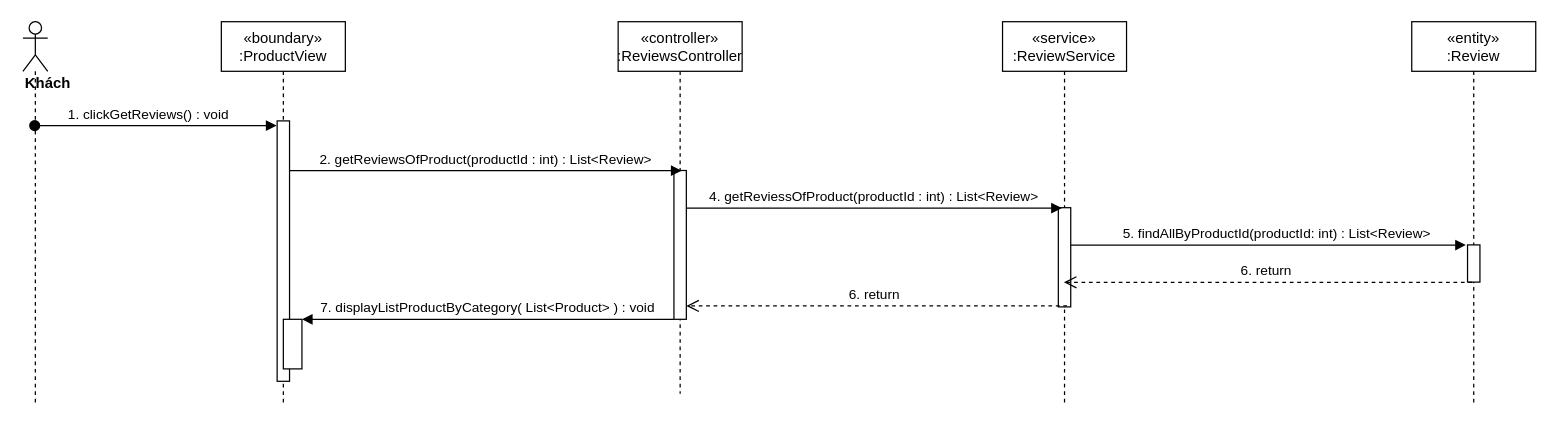
This is sequence diagram/getReviews-sequence.drawio from nguyenphamvan/datn_20202, a draw.io file, before an edit. Source tidied: cells renumbered, new cells numbered last; positions are measured from the earlier drawing's top-left corner, leaving out a move shared by most shapes. Both pictures are drawn from the tidied source at 124%, with x=0, y=0 at pixel (22, 21).
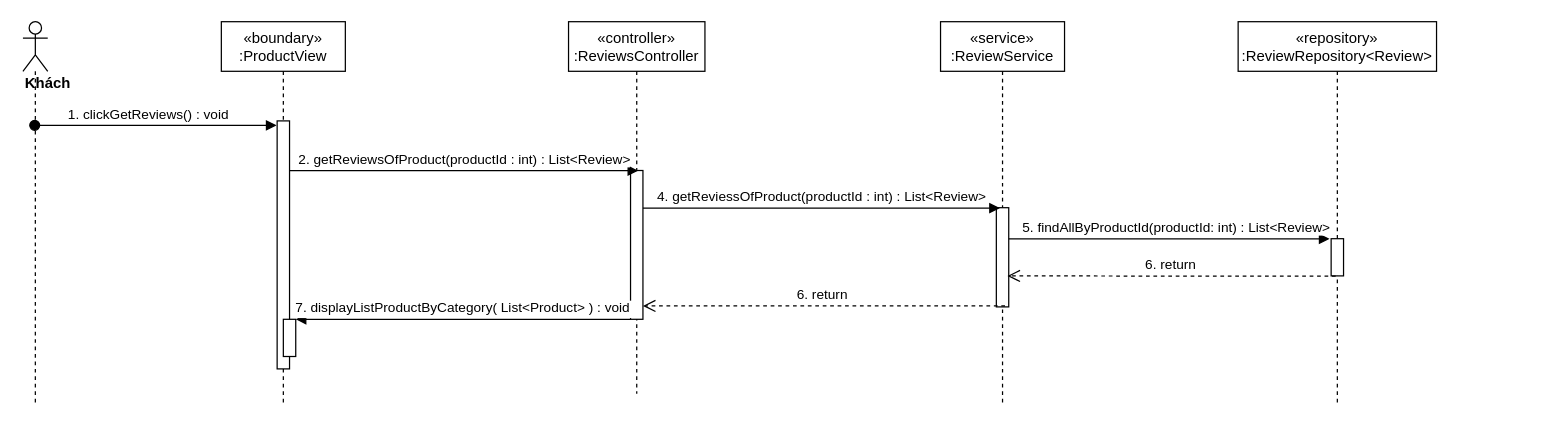
After the change.

Change to the diagram source:
```diff
@@
 <mxGraphModel>
   <root>
     <mxCell id="0" />
     <mxCell id="1" parent="0" />
     <mxCell id="2" value="«boundary»&#10;:ProductView" style="shape=umlLifeline;perimeter=lifelinePerimeter;rounded=0;shadow=0;strokeWidth=1;" parent="1" vertex="1">
       <mxGeometry x="160" width="100" height="310" as="geometry" />
     </mxCell>
     <mxCell id="3" style="points=[];perimeter=orthogonalPerimeter;rounded=0;shadow=0;strokeWidth=1;" parent="2" vertex="1">
-      <mxGeometry x="45" y="80" width="10" height="210" as="geometry" />
+      <mxGeometry x="45" y="80" width="10" height="200" as="geometry" />
     </mxCell>
     <mxCell id="4" style="html=1;points=[];perimeter=orthogonalPerimeter;" parent="2" vertex="1">
-      <mxGeometry x="50" y="240" width="15" height="40" as="geometry" />
+      <mxGeometry x="50" y="240" width="10" height="30" as="geometry" />
     </mxCell>
     <mxCell id="5" value="«controller»&#10;:ReviewsController" style="shape=umlLifeline;perimeter=lifelinePerimeter;rounded=0;shadow=0;strokeWidth=1;" parent="1" vertex="1">
-      <mxGeometry x="480" width="100" height="300" as="geometry" />
+      <mxGeometry x="440" width="110" height="300" as="geometry" />
     </mxCell>
     <mxCell id="6" style="points=[];perimeter=orthogonalPerimeter;rounded=0;shadow=0;strokeWidth=1;" parent="5" vertex="1">
-      <mxGeometry x="45" y="120" width="10" height="120" as="geometry" />
+      <mxGeometry x="50" y="120" width="10" height="120" as="geometry" />
     </mxCell>
     <mxCell id="7" value="&lt;div&gt;&lt;b&gt;Khách&lt;/b&gt;&lt;/div&gt;" style="shape=umlLifeline;participant=umlActor;perimeter=lifelinePerimeter;whiteSpace=wrap;html=1;verticalAlign=top;spacingTop=36;outlineConnect=0;align=left;" parent="1" vertex="1">
       <mxGeometry width="20" height="310" as="geometry" />
     </mxCell>
     <mxCell id="8" value="1. clickGetReviews() : void" style="verticalAlign=bottom;startArrow=oval;endArrow=block;startSize=8;shadow=0;strokeWidth=1;entryX=-0.05;entryY=0.018;entryDx=0;entryDy=0;entryPerimeter=0;" parent="1" edge="1" source="7" target="3">
       <mxGeometry x="-0.06" relative="1" as="geometry" />
     </mxCell>
     <mxCell id="9" value="«service»&#10;:ReviewService" style="shape=umlLifeline;perimeter=lifelinePerimeter;rounded=0;shadow=0;strokeWidth=1;" parent="1" vertex="1">
-      <mxGeometry x="790" width="100" height="310" as="geometry" />
+      <mxGeometry x="740" width="100" height="310" as="geometry" />
     </mxCell>
     <mxCell id="10" style="points=[];perimeter=orthogonalPerimeter;rounded=0;shadow=0;strokeWidth=1;" parent="9" vertex="1">
       <mxGeometry x="45" y="150" width="10" height="80" as="geometry" />
     </mxCell>
     <mxCell id="11" value="2. getReviewsOfProduct(productId : int) : List&amp;lt;Review&amp;gt;" style="html=1;verticalAlign=bottom;endArrow=block;entryX=0.617;entryY=0.001;entryDx=0;entryDy=0;entryPerimeter=0;" parent="1" edge="1" source="3" target="6">
       <mxGeometry relative="1" as="geometry" />
     </mxCell>
     <mxCell id="12" value="4. getReviessOfProduct(productId : int) : List&amp;lt;Review&amp;gt;" style="html=1;verticalAlign=bottom;endArrow=block;entryX=0.283;entryY=0.004;entryDx=0;entryDy=0;entryPerimeter=0;" parent="1" edge="1" source="6" target="10">
       <mxGeometry relative="1" as="geometry" />
     </mxCell>
-    <mxCell id="13" value="«entity»&#10;:Review" style="shape=umlLifeline;perimeter=lifelinePerimeter;rounded=0;shadow=0;strokeWidth=1;" parent="1" vertex="1">
-      <mxGeometry x="1120" width="100" height="310" as="geometry" />
+    <mxCell id="13" value="«repository»&#10;:ReviewRepository&lt;Review&gt;" style="shape=umlLifeline;perimeter=lifelinePerimeter;rounded=0;shadow=0;strokeWidth=1;" parent="1" vertex="1">
+      <mxGeometry x="980" width="160" height="310" as="geometry" />
     </mxCell>
     <mxCell id="14" style="points=[];perimeter=orthogonalPerimeter;rounded=0;shadow=0;strokeWidth=1;" parent="13" vertex="1">
-      <mxGeometry x="45" y="180" width="10" height="30" as="geometry" />
+      <mxGeometry x="75" y="175" width="10" height="30" as="geometry" />
     </mxCell>
     <mxCell id="15" value="5. findAllByProductId(productId: int) : List&amp;lt;Review&amp;gt;" style="html=1;verticalAlign=bottom;endArrow=block;entryX=-0.133;entryY=0.004;entryDx=0;entryDy=0;entryPerimeter=0;" parent="1" edge="1" source="10" target="14">
       <mxGeometry x="0.04" relative="1" as="geometry" />
     </mxCell>
-    <mxCell id="16" value="6. return&amp;nbsp;" style="html=1;verticalAlign=bottom;endArrow=open;dashed=1;endSize=8;exitX=0.367;exitY=1.006;exitDx=0;exitDy=0;exitPerimeter=0;" parent="1" edge="1" source="14" target="9">
+    <mxCell id="16" value="6. return&amp;nbsp;" style="html=1;verticalAlign=bottom;endArrow=open;dashed=1;endSize=8;exitX=0.367;exitY=1.006;exitDx=0;exitDy=0;exitPerimeter=0;entryX=0.9;entryY=0.688;entryDx=0;entryDy=0;entryPerimeter=0;" parent="1" edge="1" source="14" target="10">
       <mxGeometry relative="1" as="geometry" />
     </mxCell>
     <mxCell id="17" value="6. return&amp;nbsp;" style="html=1;verticalAlign=bottom;endArrow=open;dashed=1;endSize=8;exitX=0.7;exitY=0.99;exitDx=0;exitDy=0;exitPerimeter=0;" parent="1" edge="1" source="10" target="6">
       <mxGeometry relative="1" as="geometry" />
     </mxCell>
     <mxCell id="18" value="7. displayListProductByCategory( List&lt;Product&gt; ) : void" style="verticalAlign=bottom;endArrow=block;shadow=0;strokeWidth=1;" parent="1" edge="1" source="6" target="4">
       <mxGeometry relative="1" as="geometry" />
     </mxCell>
   </root>
 </mxGraphModel>
```
